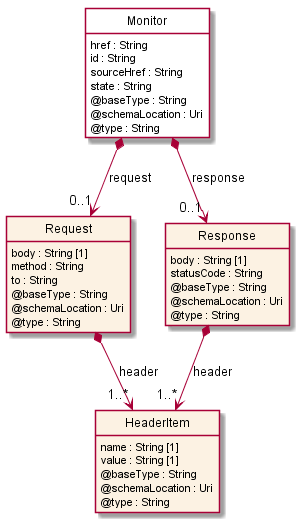
Earlier version of the PlantUML export apis/TMF702_Resource_Activation/documentation/diagrams/Resource_Monitor.png (tmforum-apis/Open_Api_And_Data_Model).
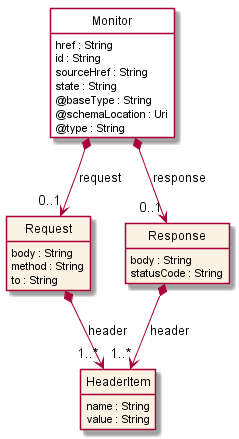
After the change.

What changed in the source:
```diff
@@ -21,33 +21,24 @@
 }
 
 class Request  {
-    body : String [1]
+    body : String
     method : String
     to : String
-    @baseType : String
-    @schemaLocation : Uri
-    @type : String
 }
 
 class HeaderItem  {
-    name : String [1]
-    value : String [1]
-    @baseType : String
-    @schemaLocation : Uri
-    @type : String
+    name : String
+    value : String
 }
 
 class Response  {
-    body : String [1]
+    body : String
     statusCode : String
-    @baseType : String
-    @schemaLocation : Uri
-    @type : String
 }
 
+Monitor *-->  "0..1" Request : request
+
 Monitor *-->  "0..1" Response : response
-
-Monitor *-->  "0..1" Request : request
 
 Request *-->  "1..*" HeaderItem : header
 
```
